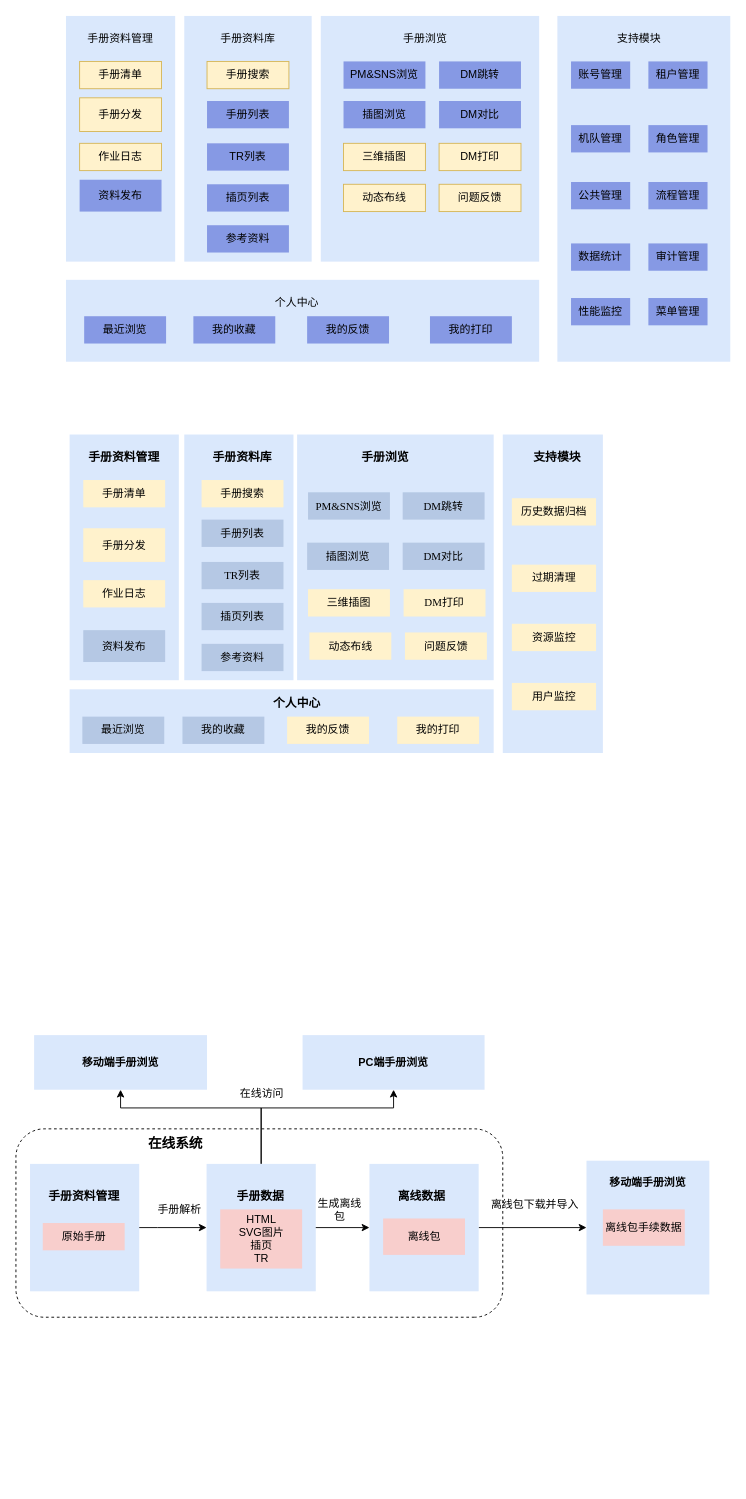
DemonHan/KuickBuy keeps this draw.io diagram as imap_2/售前-业务架构图.drawio. Above is the earlier version. Source tidied: cells renumbered, new cells numbered last; positions are measured from the earlier drawing's top-left corner, leaving out a move shared by most shapes. Both pictures are drawn from the tidied source at 91%, with x=0, y=0 at pixel (15, 15).
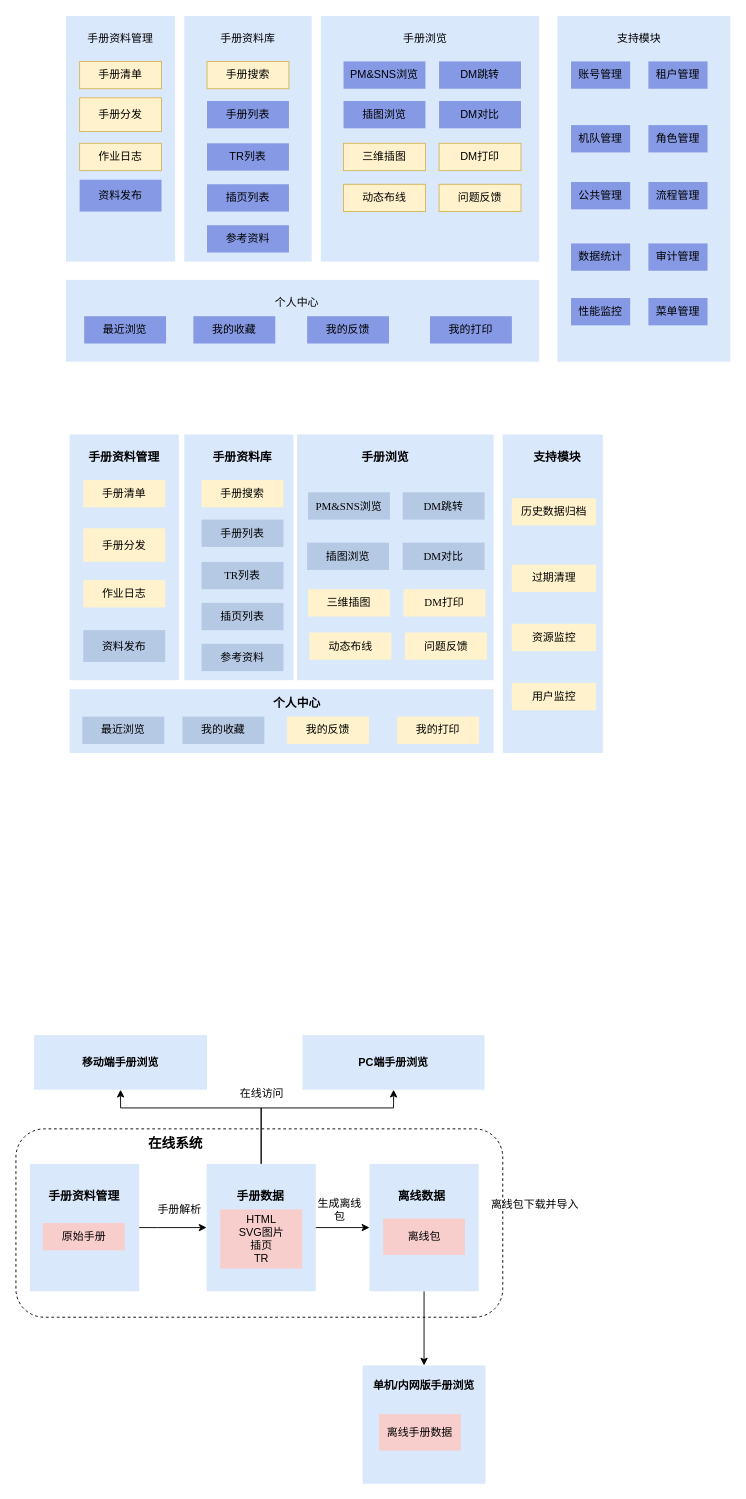
After the change.

Commit message:
更新售前-业务架构图.drawio

Unchanged cells that the change refers to:
```xml
<mxCell id="90" style="rounded=0;whiteSpace=wrap;html=1;fillColor=#dae8fc;strokeColor=none;" parent="1" vertex="1">
  <mxGeometry x="388.5" y="1261.5" width="120" height="140" as="geometry" />
</mxCell>
```

Diff of the diagram source:
```diff
@@
-    <mxCell id="89" style="edgeStyle=orthogonalEdgeStyle;rounded=0;jettySize=auto;html=1;entryX=0;entryY=0.5;entryDx=0;entryDy=0;" parent="1" edge="1" source="90" target="99">
+    <mxCell id="89" style="edgeStyle=orthogonalEdgeStyle;rounded=0;jettySize=auto;html=1;" parent="1" edge="1" source="90" target="99">
       <mxGeometry relative="1" as="geometry" />
     </mxCell>
@@
-    <mxCell id="99" value="移动端手册浏览&lt;div&gt;&lt;br&gt;&lt;/div&gt;&lt;div&gt;&lt;br&gt;&lt;/div&gt;&lt;div&gt;&lt;br&gt;&lt;/div&gt;&lt;div&gt;&lt;br&gt;&lt;/div&gt;&lt;div&gt;&lt;br&gt;&lt;/div&gt;&lt;div&gt;&lt;br&gt;&lt;/div&gt;&lt;div&gt;&lt;br&gt;&lt;/div&gt;" style="rounded=0;whiteSpace=wrap;html=1;fillColor=#dae8fc;strokeColor=none;fontStyle=1;" parent="1" vertex="1">
-      <mxGeometry x="627" y="1258" width="135" height="147" as="geometry" />
+    <mxCell id="99" value="单机/内网版手册浏览&lt;div&gt;&lt;br&gt;&lt;/div&gt;&lt;div&gt;&lt;br&gt;&lt;/div&gt;&lt;div&gt;&lt;br&gt;&lt;/div&gt;&lt;div&gt;&lt;br&gt;&lt;/div&gt;&lt;div&gt;&lt;br&gt;&lt;/div&gt;&lt;div&gt;&lt;br&gt;&lt;/div&gt;" style="rounded=0;whiteSpace=wrap;html=1;fillColor=#dae8fc;strokeColor=none;fontStyle=1;" parent="1" vertex="1">
+      <mxGeometry x="381" y="1483" width="135" height="130" as="geometry" />
     </mxCell>
@@
-    <mxCell id="101" value="离线包手续数据" style="rounded=0;whiteSpace=wrap;html=1;fillColor=#f8cecc;strokeColor=none;fontFamily=Helvetica;align=center;" parent="1" vertex="1">
-      <mxGeometry x="645" y="1311.5" width="90" height="40" as="geometry" />
+    <mxCell id="101" value="离线手册数据" style="rounded=0;whiteSpace=wrap;html=1;fillColor=#f8cecc;strokeColor=none;fontFamily=Helvetica;align=center;" parent="1" vertex="1">
+      <mxGeometry x="399" y="1536.5" width="90" height="40" as="geometry" />
     </mxCell>
```
